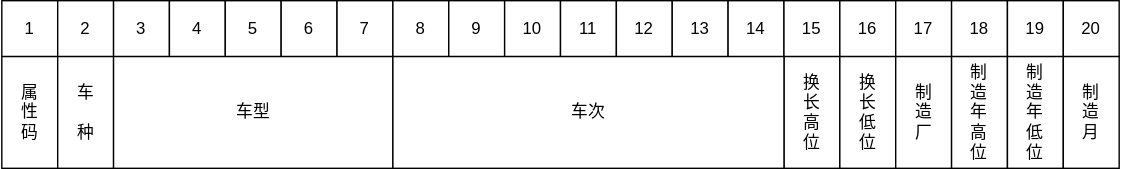
This is 11-大秦铁路/images/image-20231127013840874.drawio.svg from liu-tokyo/MY-HJP, a draw.io export, as it was before one commit. Source tidied: cells renumbered, new cells last; positions are measured from the earlier drawing's top-left corner, leaving out a move shared by most shapes. Source of this version:
```xml
<mxGraphModel>
  <root>
    <mxCell id="0" />
    <mxCell id="1" parent="0" />
    <mxCell id="2" value="1" style="rounded=0;whiteSpace=wrap;html=1;" parent="1" vertex="1">
      <mxGeometry width="40" height="40" as="geometry" />
    </mxCell>
    <mxCell id="3" value="2" style="rounded=0;whiteSpace=wrap;html=1;" parent="1" vertex="1">
      <mxGeometry x="40" width="40" height="40" as="geometry" />
    </mxCell>
    <mxCell id="4" value="3" style="rounded=0;whiteSpace=wrap;html=1;" parent="1" vertex="1">
      <mxGeometry x="80" width="40" height="40" as="geometry" />
    </mxCell>
    <mxCell id="5" value="4" style="rounded=0;whiteSpace=wrap;html=1;" parent="1" vertex="1">
      <mxGeometry x="120" width="40" height="40" as="geometry" />
    </mxCell>
    <mxCell id="6" value="5" style="rounded=0;whiteSpace=wrap;html=1;" parent="1" vertex="1">
      <mxGeometry x="160" width="40" height="40" as="geometry" />
    </mxCell>
    <mxCell id="7" value="6" style="rounded=0;whiteSpace=wrap;html=1;" parent="1" vertex="1">
      <mxGeometry x="200" width="40" height="40" as="geometry" />
    </mxCell>
    <mxCell id="8" value="7" style="rounded=0;whiteSpace=wrap;html=1;" parent="1" vertex="1">
      <mxGeometry x="240" width="40" height="40" as="geometry" />
    </mxCell>
    <mxCell id="9" value="8" style="rounded=0;whiteSpace=wrap;html=1;" parent="1" vertex="1">
      <mxGeometry x="280" width="40" height="40" as="geometry" />
    </mxCell>
    <mxCell id="10" value="9" style="rounded=0;whiteSpace=wrap;html=1;" parent="1" vertex="1">
      <mxGeometry x="320" width="40" height="40" as="geometry" />
    </mxCell>
    <mxCell id="11" value="10" style="rounded=0;whiteSpace=wrap;html=1;" parent="1" vertex="1">
      <mxGeometry x="360" width="40" height="40" as="geometry" />
    </mxCell>
    <mxCell id="12" value="11" style="rounded=0;whiteSpace=wrap;html=1;" parent="1" vertex="1">
      <mxGeometry x="400" width="40" height="40" as="geometry" />
    </mxCell>
    <mxCell id="13" value="12" style="rounded=0;whiteSpace=wrap;html=1;" parent="1" vertex="1">
      <mxGeometry x="440" width="40" height="40" as="geometry" />
    </mxCell>
    <mxCell id="14" value="13" style="rounded=0;whiteSpace=wrap;html=1;" parent="1" vertex="1">
      <mxGeometry x="480" width="40" height="40" as="geometry" />
    </mxCell>
    <mxCell id="15" value="14" style="rounded=0;whiteSpace=wrap;html=1;" parent="1" vertex="1">
      <mxGeometry x="520" width="40" height="40" as="geometry" />
    </mxCell>
    <mxCell id="16" value="15" style="rounded=0;whiteSpace=wrap;html=1;" parent="1" vertex="1">
      <mxGeometry x="560" width="40" height="40" as="geometry" />
    </mxCell>
    <mxCell id="17" value="16" style="rounded=0;whiteSpace=wrap;html=1;" parent="1" vertex="1">
      <mxGeometry x="600" width="40" height="40" as="geometry" />
    </mxCell>
    <mxCell id="18" value="17" style="rounded=0;whiteSpace=wrap;html=1;" parent="1" vertex="1">
      <mxGeometry x="640" width="40" height="40" as="geometry" />
    </mxCell>
    <mxCell id="19" value="18" style="rounded=0;whiteSpace=wrap;html=1;" parent="1" vertex="1">
      <mxGeometry x="680" width="40" height="40" as="geometry" />
    </mxCell>
    <mxCell id="20" value="19" style="rounded=0;whiteSpace=wrap;html=1;" parent="1" vertex="1">
      <mxGeometry x="720" width="40" height="40" as="geometry" />
    </mxCell>
    <mxCell id="21" value="20" style="rounded=0;whiteSpace=wrap;html=1;" parent="1" vertex="1">
      <mxGeometry x="760" width="40" height="40" as="geometry" />
    </mxCell>
    <mxCell id="22" value="属&lt;br&gt;性&lt;br&gt;码" style="rounded=0;whiteSpace=wrap;html=1;" parent="1" vertex="1">
      <mxGeometry y="40" width="40" height="80" as="geometry" />
    </mxCell>
    <mxCell id="23" value="车&lt;br&gt;&lt;br&gt;种" style="rounded=0;whiteSpace=wrap;html=1;horizontal=1;verticalAlign=middle;" parent="1" vertex="1">
      <mxGeometry x="40" y="40" width="40" height="80" as="geometry" />
    </mxCell>
    <mxCell id="24" value="车型" style="rounded=0;whiteSpace=wrap;html=1;" parent="1" vertex="1">
      <mxGeometry x="80" y="40" width="200" height="80" as="geometry" />
    </mxCell>
    <mxCell id="25" value="换&lt;br&gt;长&lt;br&gt;高&lt;br&gt;位" style="rounded=0;whiteSpace=wrap;html=1;" parent="1" vertex="1">
      <mxGeometry x="560" y="40" width="40" height="80" as="geometry" />
    </mxCell>
    <mxCell id="26" value="车次" style="rounded=0;whiteSpace=wrap;html=1;" parent="1" vertex="1">
      <mxGeometry x="280" y="40" width="280" height="80" as="geometry" />
    </mxCell>
    <mxCell id="27" value="换&lt;br&gt;长&lt;br&gt;低&lt;br&gt;位" style="rounded=0;whiteSpace=wrap;html=1;" parent="1" vertex="1">
      <mxGeometry x="600" y="40" width="40" height="80" as="geometry" />
    </mxCell>
    <mxCell id="28" value="制&lt;br&gt;造&lt;br&gt;厂" style="rounded=0;whiteSpace=wrap;html=1;" parent="1" vertex="1">
      <mxGeometry x="640" y="40" width="40" height="80" as="geometry" />
    </mxCell>
    <mxCell id="29" value="制&lt;br&gt;造&lt;br&gt;年&lt;br&gt;高&lt;br&gt;位" style="rounded=0;whiteSpace=wrap;html=1;" parent="1" vertex="1">
      <mxGeometry x="680" y="40" width="40" height="80" as="geometry" />
    </mxCell>
    <mxCell id="30" value="制&lt;br&gt;造&lt;br&gt;年&lt;br&gt;低&lt;br&gt;位" style="rounded=0;whiteSpace=wrap;html=1;" parent="1" vertex="1">
      <mxGeometry x="720" y="40" width="40" height="80" as="geometry" />
    </mxCell>
    <mxCell id="31" value="制&lt;br&gt;造&lt;br&gt;月" style="rounded=0;whiteSpace=wrap;html=1;" parent="1" vertex="1">
      <mxGeometry x="760" y="40" width="40" height="80" as="geometry" />
    </mxCell>
  </root>
</mxGraphModel>
```
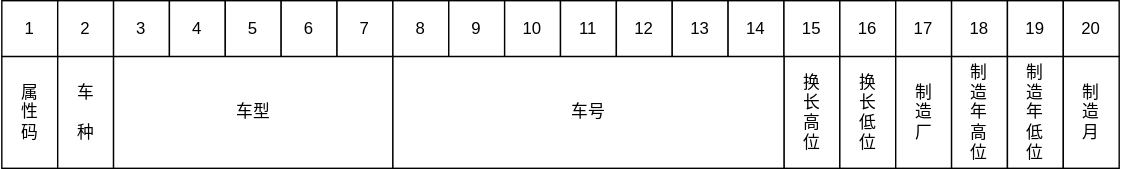
After the change.

The edit, as a diff of the source:
```diff
@@ -74,7 +74,7 @@
     <mxCell id="25" value="换&lt;br&gt;长&lt;br&gt;高&lt;br&gt;位" style="rounded=0;whiteSpace=wrap;html=1;" parent="1" vertex="1">
       <mxGeometry x="560" y="40" width="40" height="80" as="geometry" />
     </mxCell>
-    <mxCell id="26" value="车次" style="rounded=0;whiteSpace=wrap;html=1;" parent="1" vertex="1">
+    <mxCell id="26" value="车号" style="rounded=0;whiteSpace=wrap;html=1;" parent="1" vertex="1">
       <mxGeometry x="280" y="40" width="280" height="80" as="geometry" />
     </mxCell>
     <mxCell id="27" value="换&lt;br&gt;长&lt;br&gt;低&lt;br&gt;位" style="rounded=0;whiteSpace=wrap;html=1;" parent="1" vertex="1">
```
